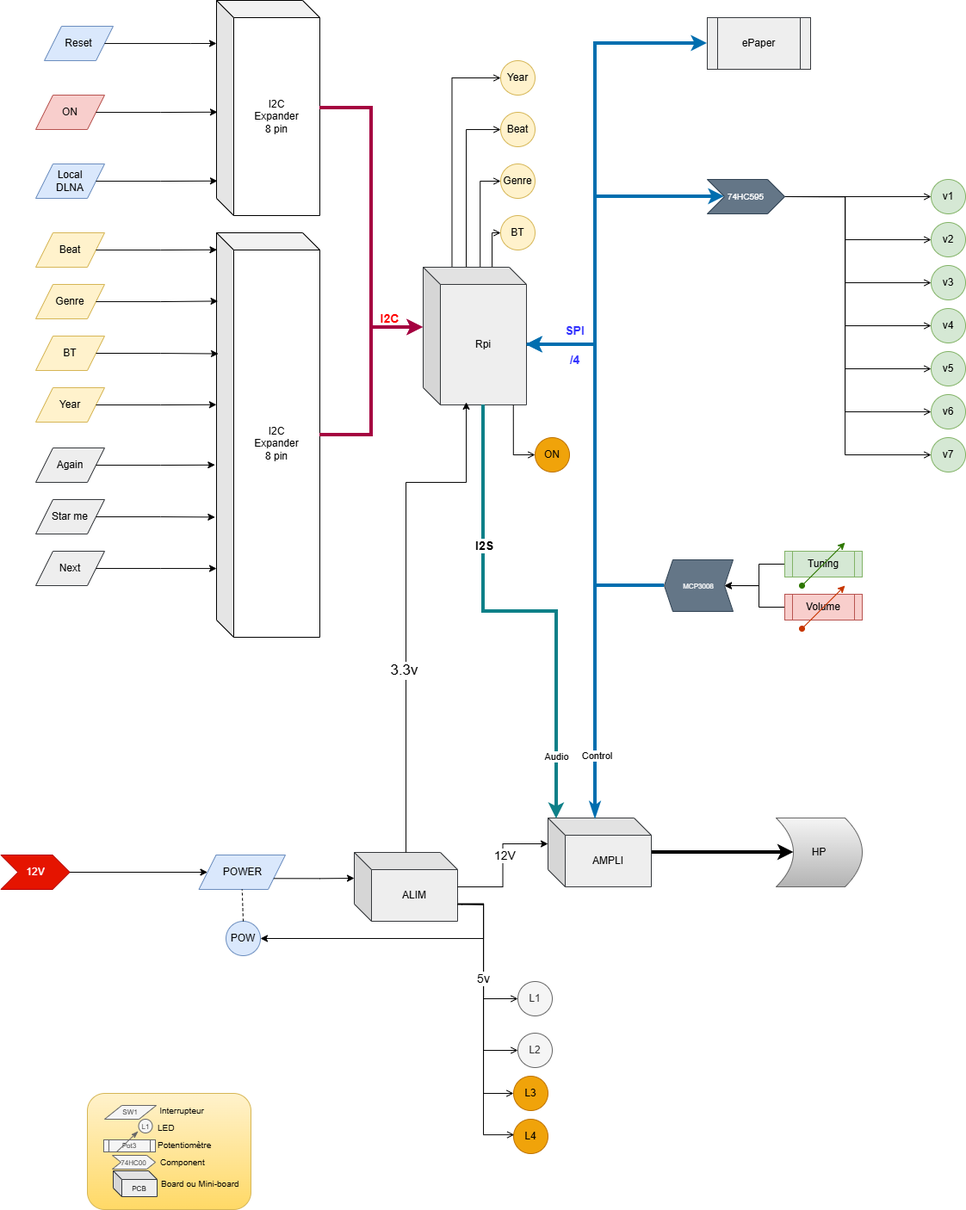
Sphinkie/VintageRadio keeps this draw.io diagram as hardware/Conception-VintaRad.drawio.png. Above is the earlier version. Source tidied: cells renumbered, new cells last; positions are measured from the earlier drawing's top-left corner, leaving out a move shared by most shapes.
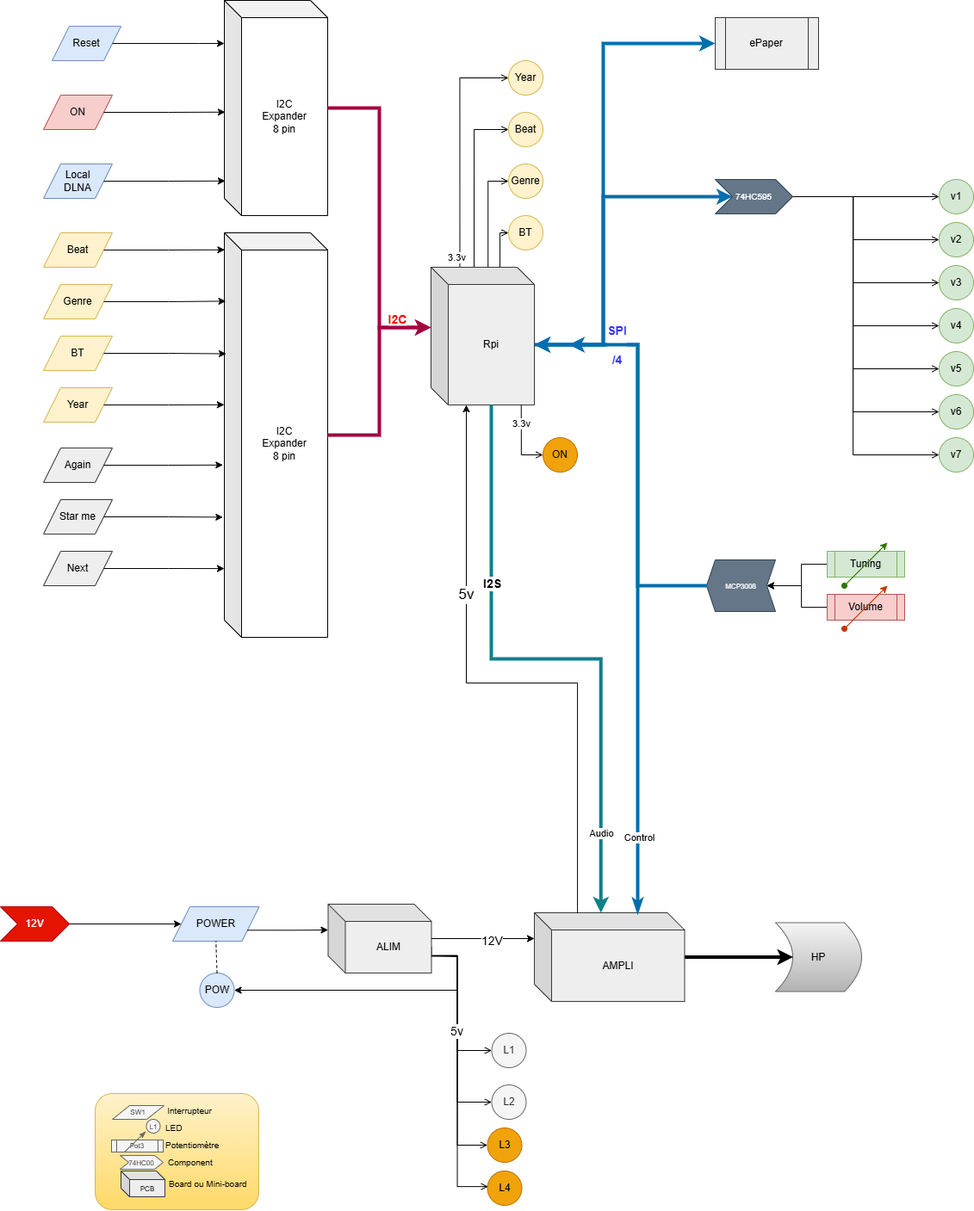
After the commit.

Change to the diagram source:
```diff
@@ -93,6 +93,11 @@
         </Array>
       </mxGeometry>
     </mxCell>
+    <mxCell id="106" value="3.3v" style="edgeLabel;html=1;align=center;verticalAlign=middle;" parent="18" vertex="1">
+      <mxGeometry x="-0.73" y="-1" relative="1" as="geometry">
+        <mxPoint x="-22" y="209" as="offset" />
+      </mxGeometry>
+    </mxCell>
     <mxCell id="19" value="Year" style="ellipse;whiteSpace=wrap;html=1;fillColor=#fff2cc;strokeColor=#d6b656;" parent="1" vertex="1">
       <mxGeometry x="580" y="70" width="40" height="40" as="geometry" />
     </mxCell>
@@ -128,10 +133,10 @@
       <mxGeometry x="580" y="250" width="40" height="40" as="geometry" />
     </mxCell>
     <mxCell id="26" value="POW" style="ellipse;whiteSpace=wrap;html=1;fillColor=#dae8fc;strokeColor=#6c8ebf;" parent="1" vertex="1">
-      <mxGeometry x="261" y="1070" width="40" height="40" as="geometry" />
+      <mxGeometry x="221.5" y="1130" width="40" height="40" as="geometry" />
     </mxCell>
     <mxCell id="27" value="POWER" style="shape=parallelogram;perimeter=parallelogramPerimeter;whiteSpace=wrap;html=1;fixedSize=1;fillColor=#dae8fc;strokeColor=#6c8ebf;" parent="1" vertex="1">
-      <mxGeometry x="229.5" y="993" width="100.5" height="40" as="geometry" />
+      <mxGeometry x="190" y="1053" width="100.5" height="40" as="geometry" />
     </mxCell>
     <mxCell id="28" value="BT" style="shape=parallelogram;perimeter=parallelogramPerimeter;whiteSpace=wrap;html=1;fixedSize=1;fillColor=#fff2cc;strokeColor=#d6b656;" parent="1" vertex="1">
       <mxGeometry x="40" y="390" width="80" height="40" as="geometry" />
@@ -152,40 +157,40 @@
       <mxGeometry relative="1" as="geometry" />
     </mxCell>
     <mxCell id="34" value="Tuning" style="shape=process;whiteSpace=wrap;html=1;backgroundOutline=1;fillColor=#d5e8d4;strokeColor=#82b366;" parent="1" vertex="1">
-      <mxGeometry x="910" y="640" width="90" height="30" as="geometry" />
+      <mxGeometry x="950" y="640" width="90" height="30" as="geometry" />
     </mxCell>
     <mxCell id="35" style="edgeStyle=orthogonalEdgeStyle;rounded=0;jettySize=auto;html=1;entryX=1;entryY=0.5;entryDx=0;entryDy=0;" parent="1" edge="1" source="36" target="60">
       <mxGeometry relative="1" as="geometry" />
     </mxCell>
     <mxCell id="36" value="Volume" style="shape=process;whiteSpace=wrap;html=1;backgroundOutline=1;fillColor=#f8cecc;strokeColor=#b85450;" parent="1" vertex="1">
-      <mxGeometry x="910" y="690" width="90" height="30" as="geometry" />
+      <mxGeometry x="950" y="690" width="90" height="30" as="geometry" />
     </mxCell>
     <mxCell id="37" value="HP" style="shape=dataStorage;whiteSpace=wrap;html=1;fixedSize=1;fillColor=#f5f5f5;strokeColor=#666666;flipH=1;gradientColor=#b3b3b3;" parent="1" vertex="1">
-      <mxGeometry x="900" y="950" width="100" height="80" as="geometry" />
+      <mxGeometry x="890" y="1071.5" width="100" height="80" as="geometry" />
     </mxCell>
     <mxCell id="38" value="12V" style="shape=step;perimeter=stepPerimeter;whiteSpace=wrap;html=1;fixedSize=1;fillColor=#e51400;fontColor=#ffffff;strokeColor=#B20000;" parent="1" vertex="1">
-      <mxGeometry x="-0.5" y="993" width="80" height="40" as="geometry" />
+      <mxGeometry x="-10" y="1053" width="80" height="40" as="geometry" />
     </mxCell>
     <mxCell id="39" style="edgeStyle=orthogonalEdgeStyle;rounded=0;jettySize=auto;html=1;entryX=0;entryY=0.5;entryDx=0;entryDy=0;endArrow=open;endFill=0;" parent="1" edge="1" target="59">
       <mxGeometry relative="1" as="geometry">
-        <mxPoint x="530" y="1040" as="sourcePoint" />
+        <mxPoint x="490.5" y="1100" as="sourcePoint" />
         <Array as="points">
-          <mxPoint x="530" y="1050" />
-          <mxPoint x="560" y="1050" />
-          <mxPoint x="560" y="1220" />
+          <mxPoint x="490.5" y="1110" />
+          <mxPoint x="520.5" y="1110" />
+          <mxPoint x="520.5" y="1280" />
         </Array>
       </mxGeometry>
     </mxCell>
     <mxCell id="40" style="edgeStyle=orthogonalEdgeStyle;rounded=0;jettySize=auto;html=1;entryX=1;entryY=0.5;entryDx=0;entryDy=0;exitX=1.008;exitY=0.745;exitDx=0;exitDy=0;exitPerimeter=0;" parent="1" edge="1" source="41" target="26">
       <mxGeometry relative="1" as="geometry">
         <Array as="points">
-          <mxPoint x="560" y="1050" />
-          <mxPoint x="560" y="1090" />
+          <mxPoint x="520.5" y="1110" />
+          <mxPoint x="520.5" y="1150" />
         </Array>
       </mxGeometry>
     </mxCell>
     <mxCell id="41" value="ALIM" style="shape=cube;whiteSpace=wrap;html=1;boundedLbl=1;backgroundOutline=1;darkOpacity=0.05;darkOpacity2=0.1;fillColor=#eeeeee;strokeColor=#36393d;" parent="1" vertex="1">
-      <mxGeometry x="410" y="990" width="120" height="80" as="geometry" />
+      <mxGeometry x="370.5" y="1050" width="120" height="80" as="geometry" />
     </mxCell>
     <mxCell id="42" style="edgeStyle=orthogonalEdgeStyle;rounded=0;jettySize=auto;html=1;entryX=0;entryY=0.5;entryDx=0;entryDy=0;exitX=1;exitY=0.5;exitDx=0;exitDy=0;" parent="1" edge="1" source="38" target="27">
       <mxGeometry relative="1" as="geometry" />
@@ -194,7 +199,7 @@
       <mxGeometry relative="1" as="geometry" />
     </mxCell>
     <mxCell id="44" value="AMPLI" style="shape=cube;whiteSpace=wrap;html=1;boundedLbl=1;backgroundOutline=1;darkOpacity=0.05;darkOpacity2=0.1;fillColor=#eeeeee;strokeColor=#36393d;" parent="1" vertex="1">
-      <mxGeometry x="635" y="950" width="120" height="80" as="geometry" />
+      <mxGeometry x="610" y="1060" width="174.5" height="103" as="geometry" />
     </mxCell>
     <mxCell id="45" style="edgeStyle=orthogonalEdgeStyle;rounded=0;jettySize=auto;html=1;entryX=0;entryY=0;entryDx=0;entryDy=30;entryPerimeter=0;" parent="1" edge="1" source="41" target="44">
       <mxGeometry relative="1" as="geometry" />
@@ -219,16 +224,19 @@
     <mxCell id="50" style="edgeStyle=orthogonalEdgeStyle;rounded=0;jettySize=auto;html=1;entryX=0;entryY=0;entryDx=0;entryDy=30;entryPerimeter=0;exitX=1;exitY=0.75;exitDx=0;exitDy=0;" parent="1" edge="1" source="27" target="41">
       <mxGeometry relative="1" as="geometry" />
     </mxCell>
-    <mxCell id="51" style="edgeStyle=orthogonalEdgeStyle;rounded=0;jettySize=auto;html=1;entryX=0.417;entryY=0.981;entryDx=0;entryDy=0;entryPerimeter=0;" parent="1" edge="1" source="41" target="48">
+    <mxCell id="51" style="edgeStyle=orthogonalEdgeStyle;rounded=0;jettySize=auto;html=1;exitX=0.287;exitY=0.001;exitDx=0;exitDy=0;exitPerimeter=0;" parent="1" edge="1" source="44">
       <mxGeometry relative="1" as="geometry">
+        <mxPoint x="531" y="470" as="targetPoint" />
         <Array as="points">
-          <mxPoint x="470" y="560" />
-          <mxPoint x="540" y="560" />
+          <mxPoint x="660" y="793" />
+          <mxPoint x="531" y="793" />
         </Array>
       </mxGeometry>
     </mxCell>
-    <mxCell id="52" value="&lt;font style=&quot;font-size: 17px;&quot;&gt;3.3v&lt;/font&gt;" style="edgeLabel;html=1;align=center;verticalAlign=middle;" parent="51" vertex="1">
-      <mxGeometry x="-0.29" y="3" relative="1" as="geometry" />
+    <mxCell id="52" value="&lt;font style=&quot;font-size: 17px;&quot;&gt;5v&lt;/font&gt;" style="edgeLabel;html=1;align=center;verticalAlign=middle;" parent="51" vertex="1">
+      <mxGeometry x="-0.29" y="3" relative="1" as="geometry">
+        <mxPoint x="-127" y="-114" as="offset" />
+      </mxGeometry>
     </mxCell>
     <mxCell id="53" value="Again" style="shape=parallelogram;perimeter=parallelogramPerimeter;whiteSpace=wrap;html=1;fixedSize=1;fillColor=#eeeeee;strokeColor=#36393d;" parent="1" vertex="1">
       <mxGeometry x="40" y="520" width="80" height="40" as="geometry" />
@@ -246,20 +254,21 @@
       <mxGeometry x="40" y="190" width="80" height="40" as="geometry" />
     </mxCell>
     <mxCell id="58" value="L1" style="ellipse;whiteSpace=wrap;html=1;fillColor=#f5f5f5;strokeColor=#666666;fontColor=#333333;" parent="1" vertex="1">
-      <mxGeometry x="600" y="1140" width="40" height="40" as="geometry" />
+      <mxGeometry x="560.5" y="1200" width="40" height="40" as="geometry" />
     </mxCell>
     <mxCell id="59" value="L2" style="ellipse;whiteSpace=wrap;html=1;fillColor=#f5f5f5;strokeColor=#666666;fontColor=#333333;" parent="1" vertex="1">
-      <mxGeometry x="600" y="1200" width="40" height="40" as="geometry" />
+      <mxGeometry x="560.5" y="1260" width="40" height="40" as="geometry" />
     </mxCell>
     <mxCell id="60" value="&lt;font style=&quot;font-size: 8px;&quot;&gt;MCP3008&lt;/font&gt;" style="shape=step;perimeter=stepPerimeter;whiteSpace=wrap;html=1;fixedSize=1;fillColor=#647687;strokeColor=#314354;fontColor=#ffffff;flipH=1;size=10;" parent="1" vertex="1">
-      <mxGeometry x="770" y="650" width="80" height="60" as="geometry" />
+      <mxGeometry x="810" y="650" width="80" height="60" as="geometry" />
     </mxCell>
-    <mxCell id="61" style="edgeStyle=orthogonalEdgeStyle;rounded=0;jettySize=auto;html=1;strokeWidth=4;fillColor=#1ba1e2;strokeColor=#006EAF;" parent="1" edge="1" source="60">
+    <mxCell id="61" style="edgeStyle=orthogonalEdgeStyle;rounded=0;orthogonalLoop=1;jettySize=auto;html=1;strokeWidth=4;fillColor=#1ba1e2;strokeColor=#006EAF;" parent="1" edge="1">
       <mxGeometry relative="1" as="geometry">
-        <mxPoint x="610" y="400" as="targetPoint" />
+        <mxPoint x="810" y="680" as="sourcePoint" />
+        <mxPoint x="650" y="400" as="targetPoint" />
         <Array as="points">
-          <mxPoint x="690" y="680" />
-          <mxPoint x="690" y="400" />
+          <mxPoint x="730" y="680" />
+          <mxPoint x="730" y="400" />
         </Array>
       </mxGeometry>
     </mxCell>
@@ -329,10 +338,12 @@
         </Array>
       </mxGeometry>
     </mxCell>
-    <mxCell id="79" style="edgeStyle=orthogonalEdgeStyle;rounded=0;jettySize=auto;html=1;entryX=0;entryY=0;entryDx=120.00000000000001;entryDy=90;entryPerimeter=0;fillColor=#1ba1e2;strokeColor=#006EAF;strokeWidth=4;startArrow=classicThin;startFill=1;" parent="1" edge="1" source="44" target="48">
+    <mxCell id="79" style="edgeStyle=orthogonalEdgeStyle;rounded=0;jettySize=auto;html=1;entryX=0;entryY=0;entryDx=120;entryDy=90;entryPerimeter=0;fillColor=#1ba1e2;strokeColor=#006EAF;strokeWidth=4;startArrow=classicThin;startFill=1;" parent="1" edge="1" target="48">
       <mxGeometry relative="1" as="geometry">
+        <mxPoint x="730" y="1061" as="sourcePoint" />
         <Array as="points">
-          <mxPoint x="690" y="400" />
+          <mxPoint x="730" y="1061" />
+          <mxPoint x="730" y="400" />
         </Array>
       </mxGeometry>
     </mxCell>
@@ -344,40 +355,40 @@
     </mxCell>
     <mxCell id="82" style="edgeStyle=orthogonalEdgeStyle;rounded=0;jettySize=auto;html=1;entryX=0;entryY=0.5;entryDx=0;entryDy=0;endArrow=open;endFill=0;" parent="1" edge="1" target="86">
       <mxGeometry relative="1" as="geometry">
-        <mxPoint x="530" y="1050" as="sourcePoint" />
+        <mxPoint x="490.5" y="1110" as="sourcePoint" />
         <Array as="points">
-          <mxPoint x="560" y="1050" />
-          <mxPoint x="560" y="1270" />
+          <mxPoint x="520.5" y="1110" />
+          <mxPoint x="520.5" y="1330" />
         </Array>
       </mxGeometry>
     </mxCell>
     <mxCell id="83" style="edgeStyle=orthogonalEdgeStyle;rounded=0;jettySize=auto;html=1;entryX=0;entryY=0.5;entryDx=0;entryDy=0;endArrow=open;endFill=0;" parent="1" edge="1" target="58">
       <mxGeometry relative="1" as="geometry">
-        <mxPoint x="530" y="1050" as="sourcePoint" />
+        <mxPoint x="490.5" y="1110" as="sourcePoint" />
         <Array as="points">
-          <mxPoint x="530" y="1051" />
-          <mxPoint x="560" y="1051" />
-          <mxPoint x="560" y="1160" />
+          <mxPoint x="490.5" y="1111" />
+          <mxPoint x="520.5" y="1111" />
+          <mxPoint x="520.5" y="1220" />
         </Array>
       </mxGeometry>
     </mxCell>
     <mxCell id="84" style="endArrow=classic;html=1;rounded=0;fillColor=#fa6800;strokeColor=#C73500;startArrow=oval;startFill=1;" parent="1" edge="1">
       <mxGeometry relative="1" as="geometry">
-        <mxPoint x="930" y="730" as="sourcePoint" />
-        <mxPoint x="980" y="680" as="targetPoint" />
+        <mxPoint x="970" y="730" as="sourcePoint" />
+        <mxPoint x="1020" y="680" as="targetPoint" />
       </mxGeometry>
     </mxCell>
     <mxCell id="85" style="endArrow=classic;html=1;rounded=0;fillColor=#60a917;strokeColor=#2D7600;startArrow=oval;startFill=1;" parent="1" edge="1">
       <mxGeometry relative="1" as="geometry">
-        <mxPoint x="930" y="680" as="sourcePoint" />
-        <mxPoint x="980" y="630" as="targetPoint" />
+        <mxPoint x="970" y="680" as="sourcePoint" />
+        <mxPoint x="1020" y="630" as="targetPoint" />
       </mxGeometry>
     </mxCell>
     <mxCell id="86" value="L3" style="ellipse;whiteSpace=wrap;html=1;fillColor=#f0a30a;strokeColor=#BD7000;fontColor=#000000;" parent="1" vertex="1">
-      <mxGeometry x="595" y="1250" width="40" height="40" as="geometry" />
+      <mxGeometry x="555.5" y="1310" width="40" height="40" as="geometry" />
     </mxCell>
     <mxCell id="87" value="L4" style="ellipse;whiteSpace=wrap;html=1;fillColor=#f0a30a;strokeColor=#BD7000;fontColor=#000000;" parent="1" vertex="1">
-      <mxGeometry x="595" y="1300" width="40" height="40" as="geometry" />
+      <mxGeometry x="555.5" y="1360" width="40" height="40" as="geometry" />
     </mxCell>
     <mxCell id="88" style="edgeStyle=orthogonalEdgeStyle;rounded=0;jettySize=auto;html=1;endArrow=open;endFill=0;entryX=0;entryY=0.5;entryDx=0;entryDy=0;exitX=0.873;exitY=1.001;exitDx=0;exitDy=0;exitPerimeter=0;" parent="1" edge="1" source="48" target="3">
       <mxGeometry relative="1" as="geometry">
@@ -386,12 +397,15 @@
         </Array>
       </mxGeometry>
     </mxCell>
+    <mxCell id="107" value="3.3v" style="edgeLabel;html=1;align=center;verticalAlign=middle;" parent="88" vertex="1">
+      <mxGeometry x="-0.5" y="-1" relative="1" as="geometry" />
+    </mxCell>
     <mxCell id="89" style="edgeStyle=orthogonalEdgeStyle;rounded=0;jettySize=auto;html=1;endArrow=open;endFill=0;exitX=0.999;exitY=0.756;exitDx=0;exitDy=0;exitPerimeter=0;entryX=0.019;entryY=0.453;entryDx=0;entryDy=0;entryPerimeter=0;" parent="1" edge="1" source="41" target="87">
       <mxGeometry relative="1" as="geometry">
         <Array as="points">
-          <mxPoint x="535" y="1051" />
-          <mxPoint x="560" y="1050" />
-          <mxPoint x="560" y="1318" />
+          <mxPoint x="495.5" y="1111" />
+          <mxPoint x="520.5" y="1110" />
+          <mxPoint x="520.5" y="1378" />
         </Array>
       </mxGeometry>
     </mxCell>
@@ -420,7 +434,7 @@
     <mxCell id="96" value="Component" style="text;strokeColor=none;fillColor=none;align=left;verticalAlign=middle;spacingLeft=4;spacingRight=4;overflow=hidden;whiteSpace=wrap;html=1;fontSize=10;" parent="1" vertex="1">
       <mxGeometry x="179" y="1340" width="81" height="20" as="geometry" />
     </mxCell>
-    <mxCell id="97" style="edgeStyle=orthogonalEdgeStyle;rounded=0;jettySize=auto;html=1;entryX=0.083;entryY=0.013;entryDx=0;entryDy=0;entryPerimeter=0;exitX=0;exitY=0;exitDx=70;exitDy=160;exitPerimeter=0;fillColor=#b0e3e6;strokeColor=#0e8088;strokeWidth=4;" parent="1" edge="1" source="48" target="44">
+    <mxCell id="97" style="edgeStyle=orthogonalEdgeStyle;rounded=0;jettySize=auto;html=1;entryX=0;entryY=0;entryDx=77.25;entryDy=0;entryPerimeter=0;exitX=0;exitY=0;exitDx=70;exitDy=160;exitPerimeter=0;fillColor=#b0e3e6;strokeColor=#0e8088;strokeWidth=4;" parent="1" edge="1" source="48" target="44">
       <mxGeometry relative="1" as="geometry" />
     </mxCell>
     <mxCell id="98" value="&lt;font style=&quot;font-size: 14px;&quot;&gt;&lt;b&gt;I2S&lt;/b&gt;&lt;/font&gt;" style="edgeLabel;html=1;align=center;verticalAlign=middle;" parent="97" vertex="1">
```
